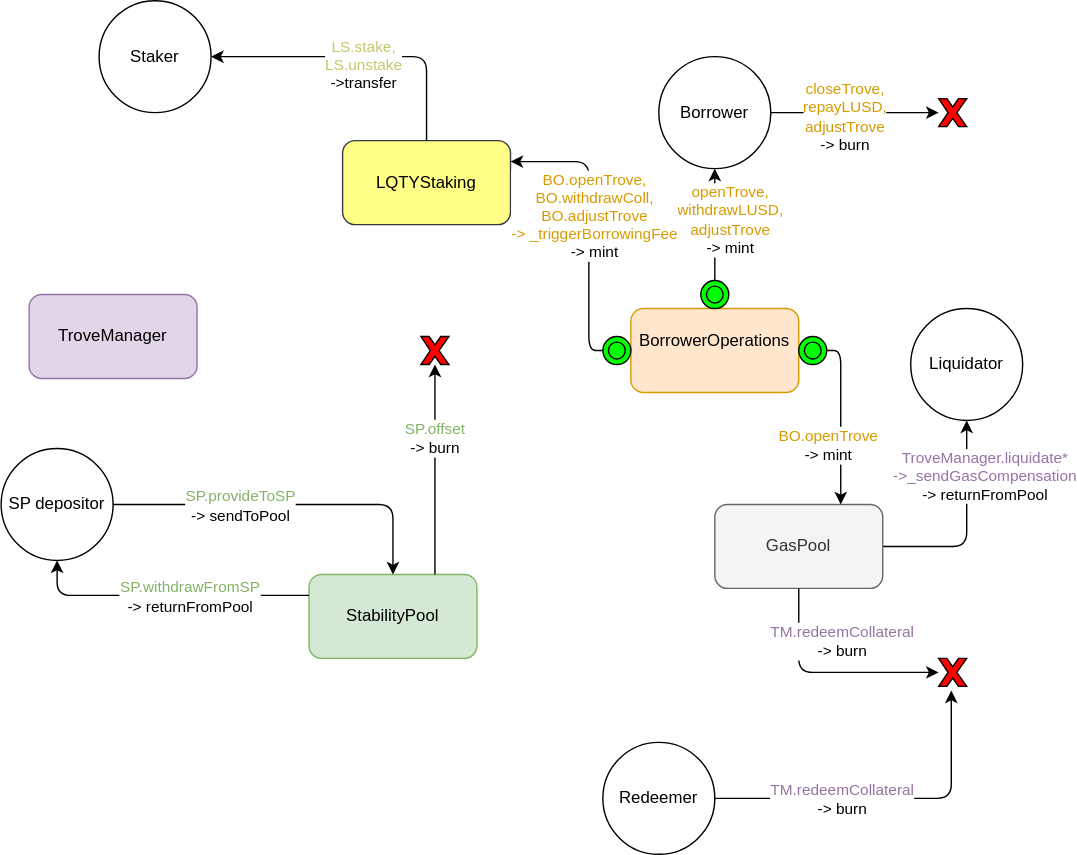
beraborrow/package keeps this draw.io diagram as images/NECT_flows.svg. Above is the earlier version. Source tidied: cells renumbered, new cells last; positions are measured from the earlier drawing's top-left corner, leaving out a move shared by most shapes.
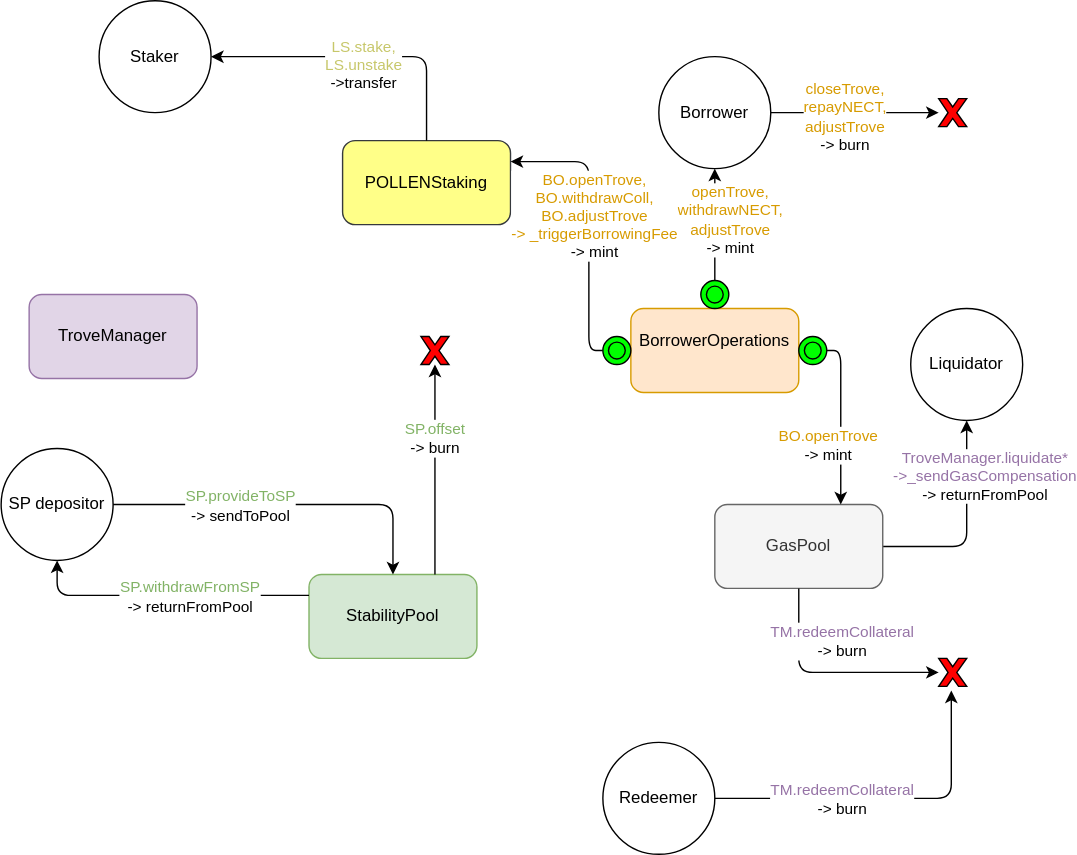
Later version of the same file.

Diff of the diagram source:
```diff
@@ -19,7 +19,7 @@
         <mxPoint x="510" y="200" as="sourcePoint" />
       </mxGeometry>
     </mxCell>
-    <mxCell id="7" value="&lt;div&gt;&lt;font color=&quot;#d79b00&quot;&gt;openTrove,&lt;/font&gt;&lt;/div&gt;&lt;div&gt;&lt;font color=&quot;#d79b00&quot;&gt;withdrawLUSD,&lt;/font&gt;&lt;/div&gt;&lt;div&gt;&lt;font color=&quot;#d79b00&quot;&gt;adjustTrove&lt;/font&gt;&lt;br&gt;-&amp;gt; mint&lt;/div&gt;" style="edgeLabel;html=1;align=center;verticalAlign=middle;" parent="6" vertex="1">
+    <mxCell id="7" value="&lt;div&gt;&lt;font color=&quot;#d79b00&quot;&gt;openTrove,&lt;/font&gt;&lt;/div&gt;&lt;div&gt;&lt;font color=&quot;#d79b00&quot;&gt;withdrawNECT,&lt;/font&gt;&lt;/div&gt;&lt;div&gt;&lt;font color=&quot;#d79b00&quot;&gt;adjustTrove&lt;/font&gt;&lt;br&gt;-&amp;gt; mint&lt;/div&gt;" style="edgeLabel;html=1;align=center;verticalAlign=middle;" parent="6" vertex="1">
       <mxGeometry x="-0.42" y="-2" relative="1" as="geometry">
         <mxPoint x="8" y="-21" as="offset" />
       </mxGeometry>
@@ -75,7 +75,7 @@
     <mxCell id="18" value="Staker" style="ellipse;whiteSpace=wrap;html=1;" parent="1" vertex="1">
       <mxGeometry x="70" width="80" height="80" as="geometry" />
     </mxCell>
-    <mxCell id="19" value="LQTYStaking" style="rounded=1;whiteSpace=wrap;html=1;fillColor=#ffff88;strokeColor=#36393d;" parent="1" vertex="1">
+    <mxCell id="19" value="POLLENStaking" style="rounded=1;whiteSpace=wrap;html=1;fillColor=#ffff88;strokeColor=#36393d;" parent="1" vertex="1">
       <mxGeometry x="244" y="100" width="120" height="60" as="geometry" />
     </mxCell>
     <mxCell id="20" style="endArrow=classic;html=1;exitX=0.5;exitY=0;exitDx=0;exitDy=0;entryX=1;entryY=0.5;entryDx=0;entryDy=0;" parent="1" edge="1" source="19" target="18">
@@ -104,7 +104,7 @@
         <mxPoint x="670" y="80" as="targetPoint" />
       </mxGeometry>
     </mxCell>
-    <mxCell id="25" value="&lt;div&gt;&lt;font color=&quot;#d79b00&quot;&gt;closeTrove,&lt;/font&gt;&lt;/div&gt;&lt;div&gt;&lt;font color=&quot;#d79b00&quot;&gt;repayLUSD,&lt;/font&gt;&lt;/div&gt;&lt;div&gt;&lt;font color=&quot;#d79b00&quot;&gt;adjustTrove&lt;/font&gt;&lt;br&gt;-&amp;gt; burn&lt;/div&gt;" style="edgeLabel;html=1;align=center;verticalAlign=middle;" parent="24" vertex="1">
+    <mxCell id="25" value="&lt;div&gt;&lt;font color=&quot;#d79b00&quot;&gt;closeTrove,&lt;/font&gt;&lt;/div&gt;&lt;div&gt;&lt;font color=&quot;#d79b00&quot;&gt;repayNECT,&lt;/font&gt;&lt;/div&gt;&lt;div&gt;&lt;font color=&quot;#d79b00&quot;&gt;adjustTrove&lt;/font&gt;&lt;br&gt;-&amp;gt; burn&lt;/div&gt;" style="edgeLabel;html=1;align=center;verticalAlign=middle;" parent="24" vertex="1">
       <mxGeometry x="-0.14" y="-2" relative="1" as="geometry" />
     </mxCell>
     <mxCell id="26" style="endArrow=classic;html=1;exitX=1;exitY=0.5;exitDx=0;exitDy=0;entryX=0.5;entryY=0;entryDx=0;entryDy=0;" parent="1" edge="1" source="10" target="3">
```
